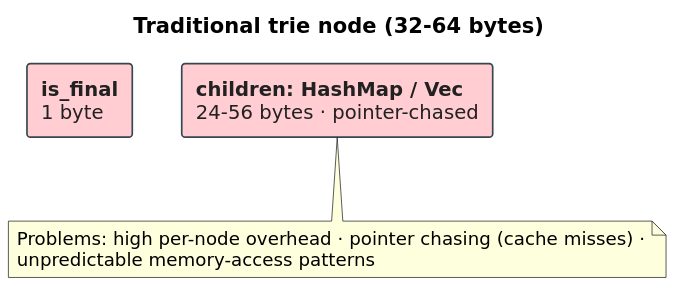
This is docs/diagrams/dat-traditional-node.svg from vinary-tree/libdictenstein, a PlantUML export, as it was before one commit. Its source is kept beside it as docs/diagrams/src/dat-traditional-node.puml. The source it was exported from:
```plantuml
@startuml dat-traditional-node
skinparam defaultFontSize 14
skinparam shadowing false
skinparam backgroundColor #FFFFFF
skinparam defaultFontName "DejaVu Sans"
skinparam ArrowColor #37474F
skinparam rectangle {
  BorderColor #37474F
  FontColor #212121
  BorderThickness 1.2
}
skinparam noteFontSize 13
skinparam TitleFontSize 15

title Traditional trie node (32–64 bytes)

rectangle "**is_final**\n1 byte" as F #FFCDD2
rectangle "**children: HashMap / Vec**\n24–56 bytes · pointer-chased" as C #FFCDD2
F -[hidden]right- C

note bottom
  Problems: high per-node overhead · pointer chasing (cache misses) ·
  unpredictable memory-access patterns
end note
@enduml
```
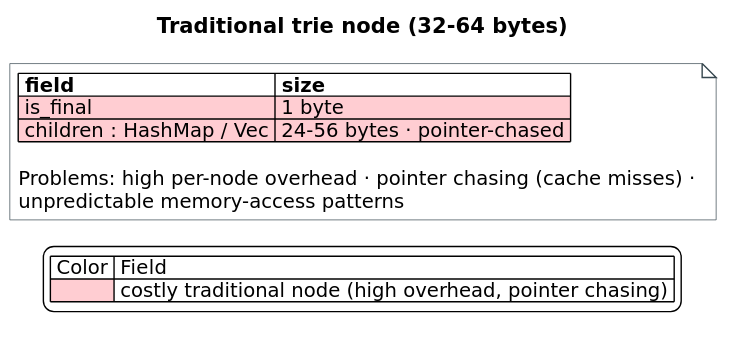
Above is the later version.

What changed in the source:
```diff
@@ -3,23 +3,26 @@
 skinparam shadowing false
 skinparam backgroundColor #FFFFFF
 skinparam defaultFontName "DejaVu Sans"
-skinparam ArrowColor #37474F
-skinparam rectangle {
+skinparam TitleFontSize 15
+skinparam noteFontSize 14
+skinparam note {
+  BackgroundColor #FFFFFF
   BorderColor #37474F
-  FontColor #212121
-  BorderThickness 1.2
 }
-skinparam noteFontSize 13
-skinparam TitleFontSize 15
 
 title Traditional trie node (32–64 bytes)
 
-rectangle "**is_final**\n1 byte" as F #FFCDD2
-rectangle "**children: HashMap / Vec**\n24–56 bytes · pointer-chased" as C #FFCDD2
-F -[hidden]right- C
+note as TR
+|= field |= size |
+|<#FFCDD2> is_final |<#FFCDD2> 1 byte |
+|<#FFCDD2> children : HashMap / Vec |<#FFCDD2> 24–56 bytes · pointer-chased |
 
-note bottom
-  Problems: high per-node overhead · pointer chasing (cache misses) ·
-  unpredictable memory-access patterns
+Problems: high per-node overhead · pointer chasing (cache misses) ·
+unpredictable memory-access patterns
 end note
+
+legend bottom
+| Color | Field |
+|<#FFCDD2>| costly traditional node (high overhead, pointer chasing) |
+endlegend
 @enduml
```
